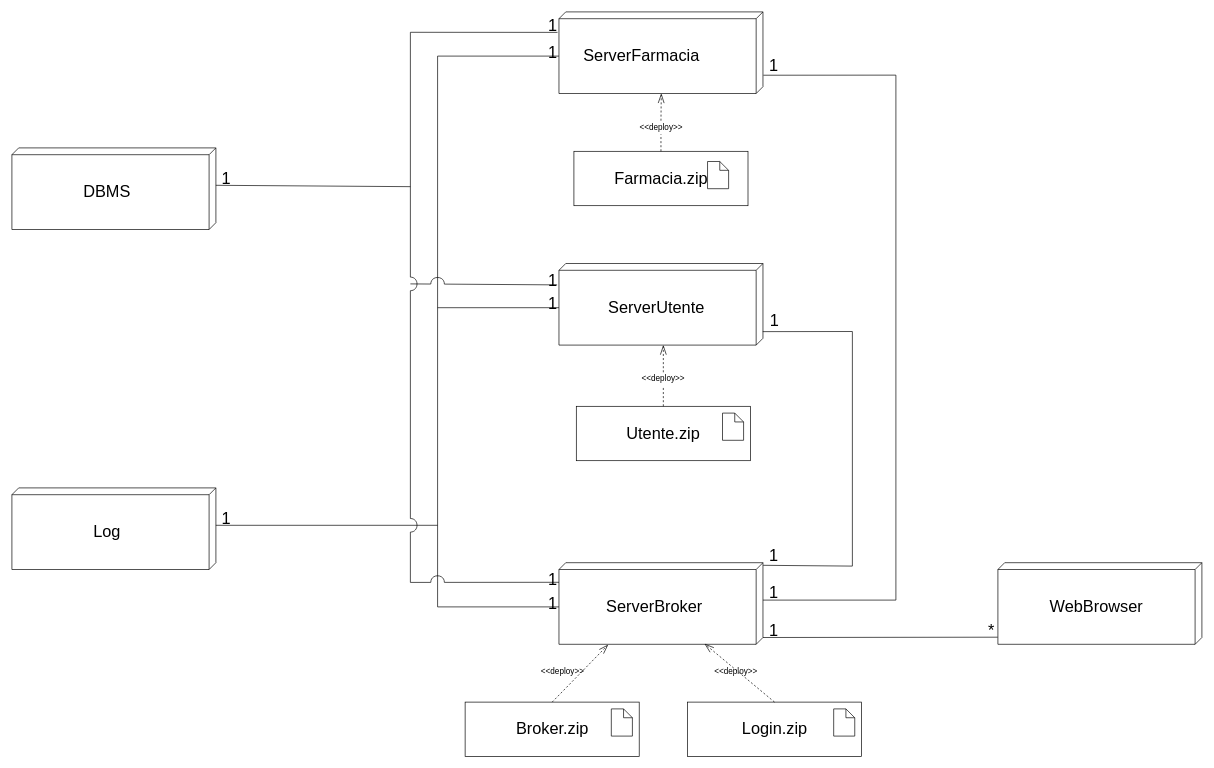
The draw.io diagram page "Type-Level" (2 of 2) of drawio/Progettazione/Deployment.drawio in lnwor/farmabyte-doc, before the edit. Source tidied: cells renumbered, new cells numbered last; positions are measured from the earlier drawing's top-left corner, leaving out a move shared by most shapes. Both pictures are drawn from the tidied source at 68%, with x=0, y=0 at pixel (12, 12).
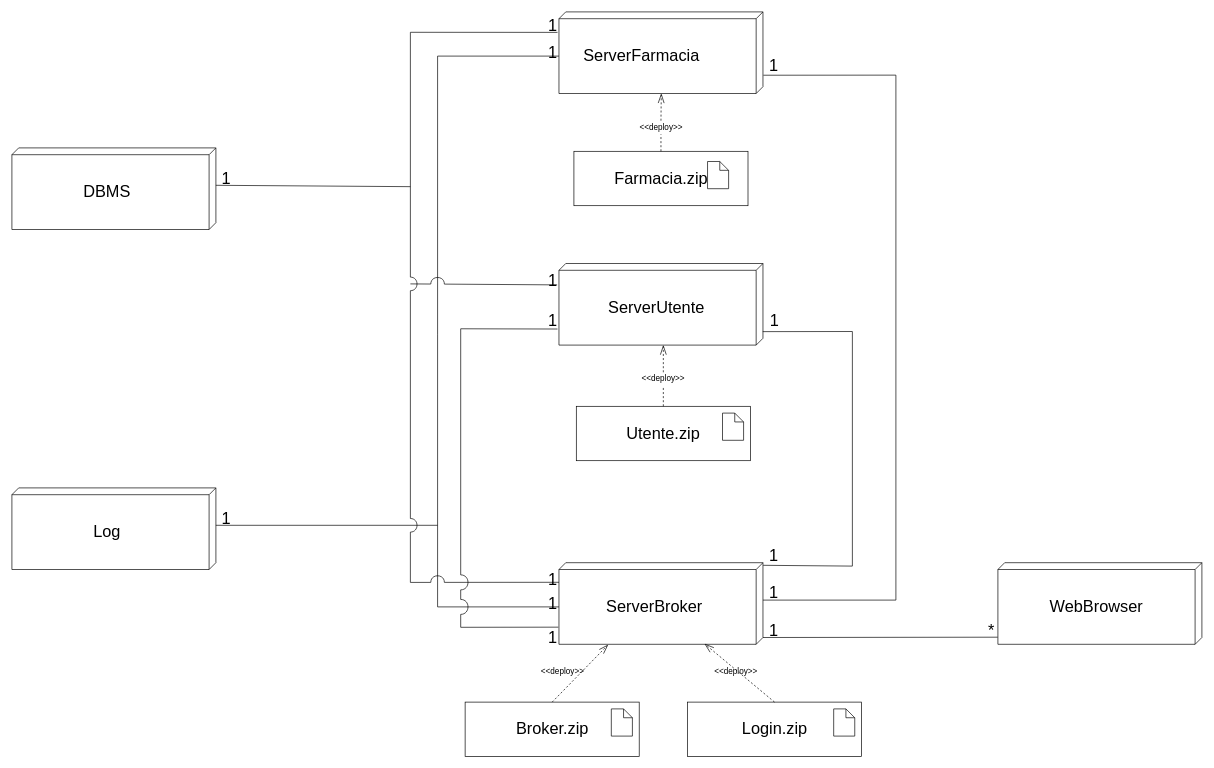
The same diagram, later.

The change refers to these unchanged cells:
```xml
<mxCell id="7" value="&lt;p style=&quot;line-height: 320%&quot;&gt;&lt;br&gt;&lt;/p&gt;" style="verticalAlign=top;align=center;spacingTop=8;spacingLeft=2;spacingRight=12;shape=cube;size=10;direction=south;fontStyle=4;html=1;rounded=0;shadow=0;comic=0;labelBackgroundColor=none;strokeWidth=1;fontFamily=Verdana;fontSize=12;" parent="1" vertex="1">
  <mxGeometry x="804.5" y="810" width="300" height="120" as="geometry" />
</mxCell>
<mxCell id="9" value="&lt;p style=&quot;line-height: 320%&quot;&gt;&lt;br&gt;&lt;/p&gt;" style="verticalAlign=top;align=center;spacingTop=8;spacingLeft=2;spacingRight=12;shape=cube;size=10;direction=south;fontStyle=4;html=1;rounded=0;shadow=0;comic=0;labelBackgroundColor=none;strokeWidth=1;fontFamily=Verdana;fontSize=12;" parent="1" vertex="1">
  <mxGeometry x="804.5" y="370" width="300" height="120" as="geometry" />
</mxCell>
<mxCell id="11" value="&lt;p style=&quot;line-height: 320%&quot;&gt;&lt;br&gt;&lt;/p&gt;" style="verticalAlign=top;align=center;spacingTop=8;spacingLeft=2;spacingRight=12;shape=cube;size=10;direction=south;fontStyle=4;html=1;rounded=0;shadow=0;comic=0;labelBackgroundColor=none;strokeWidth=1;fontFamily=Verdana;fontSize=12;" parent="1" vertex="1">
  <mxGeometry x="804.5" width="300" height="120" as="geometry" />
</mxCell>
```

Change to the diagram source:
```diff
@@
     <mxCell id="30" style="endArrow=none;html=1;rounded=0;entryX=0;entryY=0;entryDx=65;entryDy=300;entryPerimeter=0;exitX=0;exitY=0;exitDx=65;exitDy=300;exitPerimeter=0;endFill=0;" parent="1" edge="1" source="7" target="11">
       <mxGeometry relative="1" as="geometry">
         <Array as="points">
           <mxPoint x="626" y="875" />
+          <mxPoint x="626" y="475" />
           <mxPoint x="626" y="65" />
         </Array>
       </mxGeometry>
     </mxCell>
-    <mxCell id="31" style="endArrow=none;html=1;entryX=0;entryY=0;entryDx=65;entryDy=300;entryPerimeter=0;endFill=0;" parent="1" edge="1" target="9">
-      <mxGeometry relative="1" as="geometry">
-        <mxPoint x="626" y="435" as="sourcePoint" />
-      </mxGeometry>
-    </mxCell>
@@
     <mxCell id="45" value="&lt;font style=&quot;font-size: 24px&quot;&gt;1&lt;/font&gt;" style="text;html=1;align=center;verticalAlign=middle;strokeColor=none;" parent="1" vertex="1">
-      <mxGeometry x="779.5" y="420" width="30" height="20" as="geometry" />
+      <mxGeometry x="779.5" y="445" width="30" height="20" as="geometry" />
     </mxCell>
@@
+    <mxCell id="55" style="endArrow=none;html=1;rounded=0;endFill=0;entryX=0.803;entryY=1.007;entryDx=0;entryDy=0;entryPerimeter=0;exitX=0.79;exitY=1.003;exitDx=0;exitDy=0;exitPerimeter=0;jumpStyle=arc;jumpSize=22;" parent="1" edge="1" source="7" target="9">
+      <mxGeometry relative="1" as="geometry">
+        <Array as="points">
+          <mxPoint x="660" y="905" />
+          <mxPoint x="660" y="505" />
+          <mxPoint x="660" y="466" />
+        </Array>
+      </mxGeometry>
+    </mxCell>
+    <mxCell id="56" value="&lt;font style=&quot;font-size: 24px&quot;&gt;1&lt;/font&gt;" style="text;html=1;align=center;verticalAlign=middle;strokeColor=none;" parent="1" vertex="1">
+      <mxGeometry x="779.5" y="910" width="30" height="20" as="geometry" />
+    </mxCell>
```
